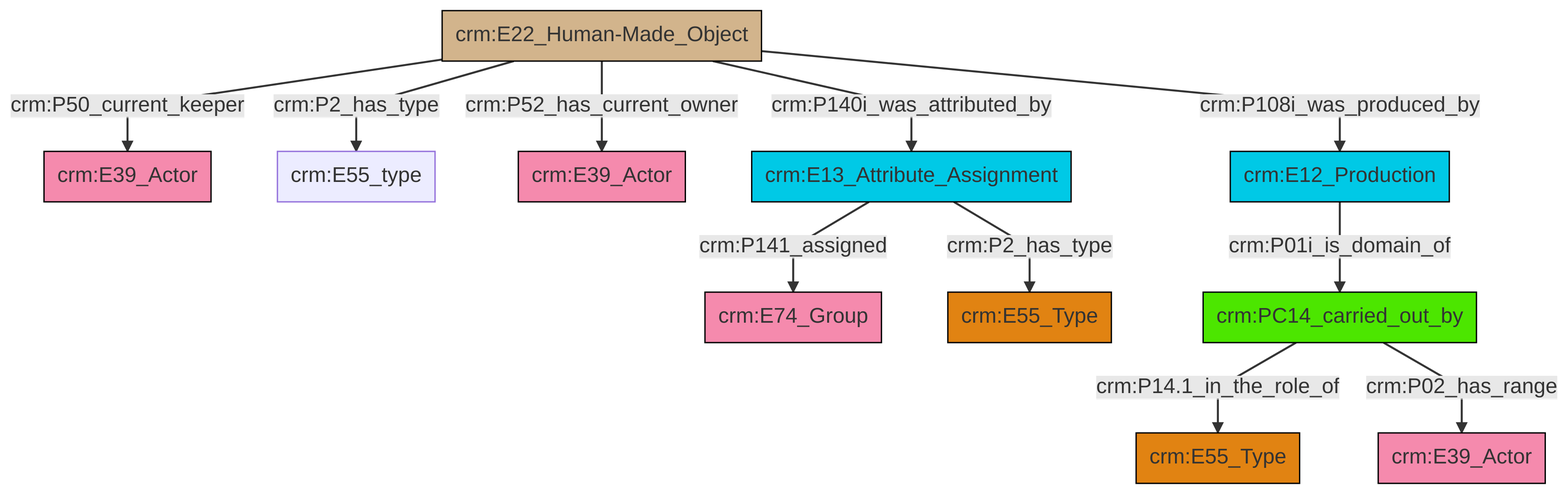
swiss-art-research-net/reference-data-models keeps this Mermaid diagram as et/artworkCSV/ttl/mmd/png/Artwork_Actor_Relations.png. Above is the earlier version. Its source is kept beside it as et/artworkCSV/ttl/mmd/Artwork_Actor_Relations.ttl.mmd.
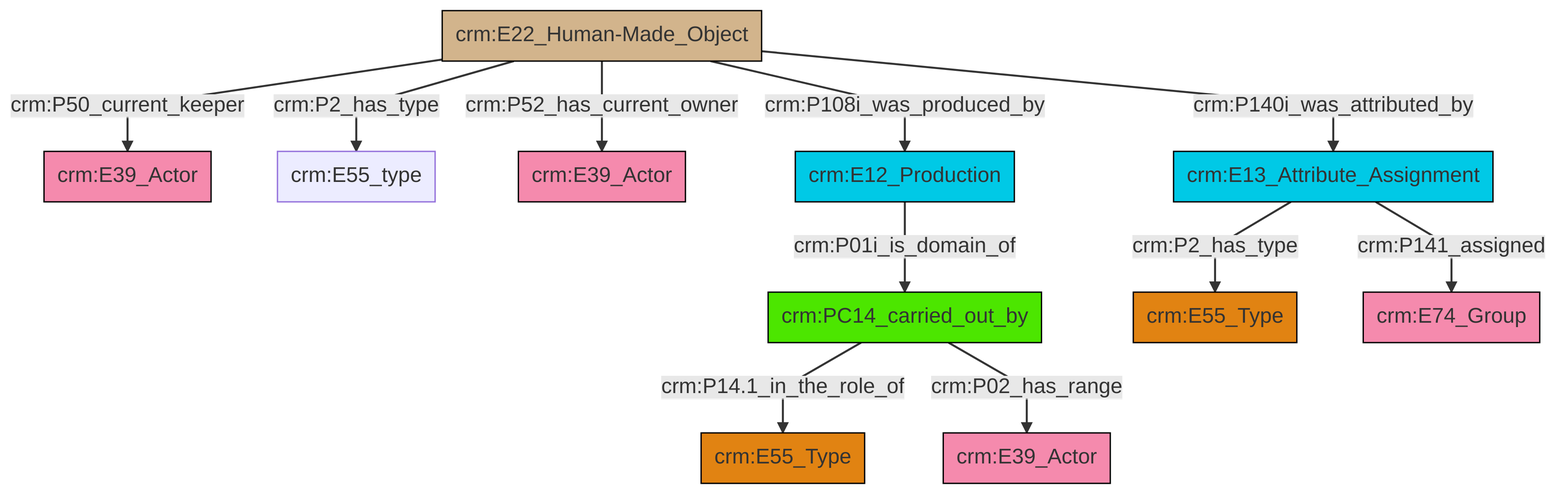
Above is the later version.

The edit, as a diff of the source:
```diff
@@ -13,13 +13,13 @@
 classDef PC_Classes fill:#4ce600, stroke:#000000;
 classDef Multi fill:#cccccc,stroke:#000000;
 
-6["crm:E22_Human-Made_Object"]:::Physical_Thing -->|crm:P2_has_type| 7["crm:E55_type"]:::Default
-6["crm:E22_Human-Made_Object"]:::Physical_Thing -->|crm:P52_has_current_owner| 9["crm:E39_Actor"]:::Actor
-6["crm:E22_Human-Made_Object"]:::Physical_Thing -->|crm:P50_current_keeper| 2["crm:E39_Actor"]:::Actor
-15["crm:E13_Attribute_Assignment"]:::Temporal_Entity -->|crm:P141_assigned| 4["crm:E74_Group"]:::Actor
-6["crm:E22_Human-Made_Object"]:::Physical_Thing -->|crm:P108i_was_produced_by| 10["crm:E12_Production"]:::Temporal_Entity
-18["crm:PC14_carried_out_by"]:::PC_Classes -->|crm:P14.1_in_the_role_of| 0["crm:E55_Type"]:::Type
-15["crm:E13_Attribute_Assignment"]:::Temporal_Entity -->|crm:P2_has_type| 12["crm:E55_Type"]:::Type
-18["crm:PC14_carried_out_by"]:::PC_Classes -->|crm:P02_has_range| 16["crm:E39_Actor"]:::Actor
-10["crm:E12_Production"]:::Temporal_Entity -->|crm:P01i_is_domain_of| 18["crm:PC14_carried_out_by"]:::PC_Classes
-6["crm:E22_Human-Made_Object"]:::Physical_Thing -->|crm:P140i_was_attributed_by| 15["crm:E13_Attribute_Assignment"]:::Temporal_Entity
+2["crm:E22_Human-Made_Object"]:::Physical_Thing -->|crm:P2_has_type| 3["crm:E55_type"]:::Default
+4["crm:PC14_carried_out_by"]:::PC_Classes -->|crm:P14.1_in_the_role_of| 5["crm:E55_Type"]:::Type
+2["crm:E22_Human-Made_Object"]:::Physical_Thing -->|crm:P52_has_current_owner| 6["crm:E39_Actor"]:::Actor
+12["crm:E13_Attribute_Assignment"]:::Temporal_Entity -->|crm:P2_has_type| 8["crm:E55_Type"]:::Type
+2["crm:E22_Human-Made_Object"]:::Physical_Thing -->|crm:P140i_was_attributed_by| 12["crm:E13_Attribute_Assignment"]:::Temporal_Entity
+4["crm:PC14_carried_out_by"]:::PC_Classes -->|crm:P02_has_range| 17["crm:E39_Actor"]:::Actor
+2["crm:E22_Human-Made_Object"]:::Physical_Thing -->|crm:P50_current_keeper| 0["crm:E39_Actor"]:::Actor
+2["crm:E22_Human-Made_Object"]:::Physical_Thing -->|crm:P108i_was_produced_by| 20["crm:E12_Production"]:::Temporal_Entity
+12["crm:E13_Attribute_Assignment"]:::Temporal_Entity -->|crm:P141_assigned| 18["crm:E74_Group"]:::Actor
+20["crm:E12_Production"]:::Temporal_Entity -->|crm:P01i_is_domain_of| 4["crm:PC14_carried_out_by"]:::PC_Classes
```
